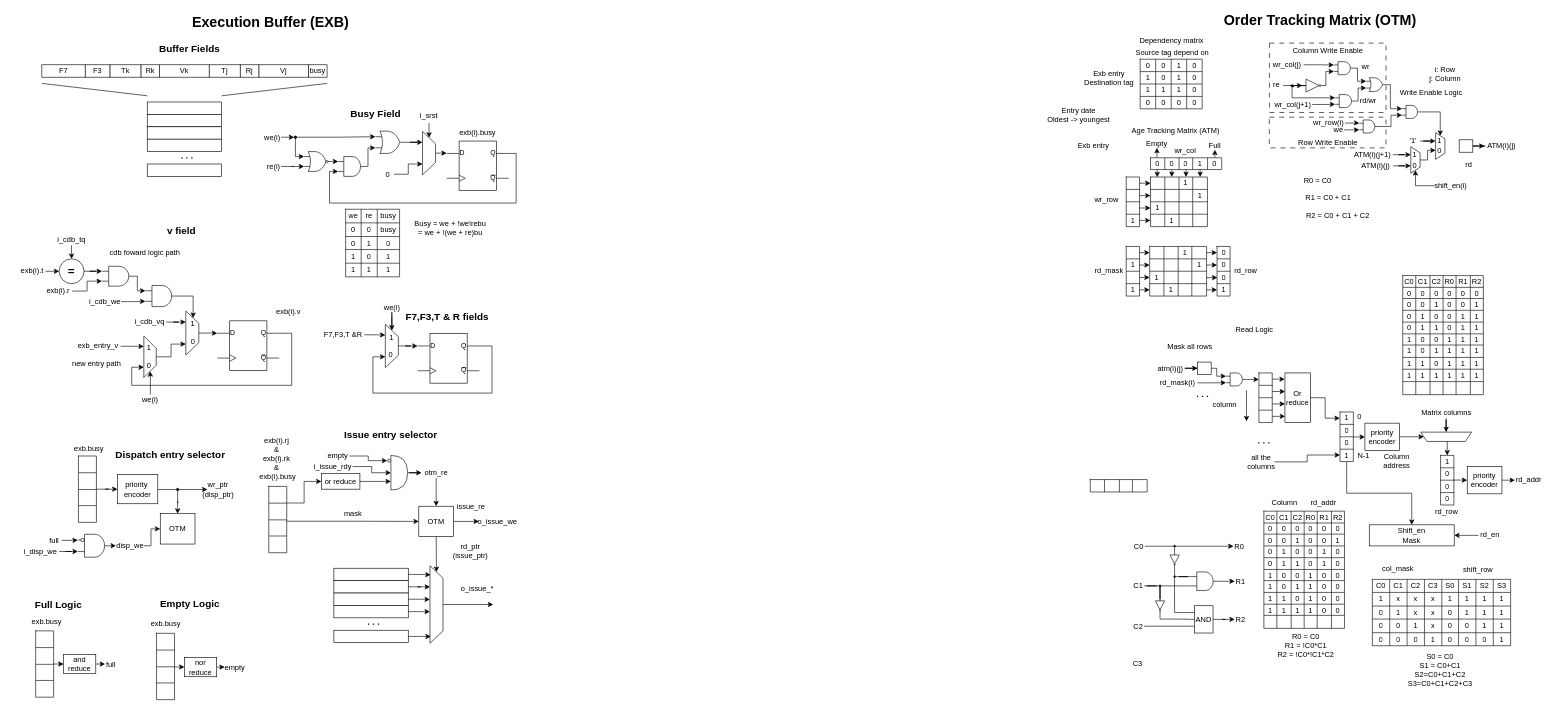
The draw.io diagram hw/doc/exb.drawio in lolo2438/rv, before the edit. Source tidied: cells renumbered, new cells numbered last; positions are measured from the earlier drawing's top-left corner, leaving out a move shared by most shapes. Both pictures are drawn from the tidied source at 62%, with x=0, y=0 at pixel (11, 11).
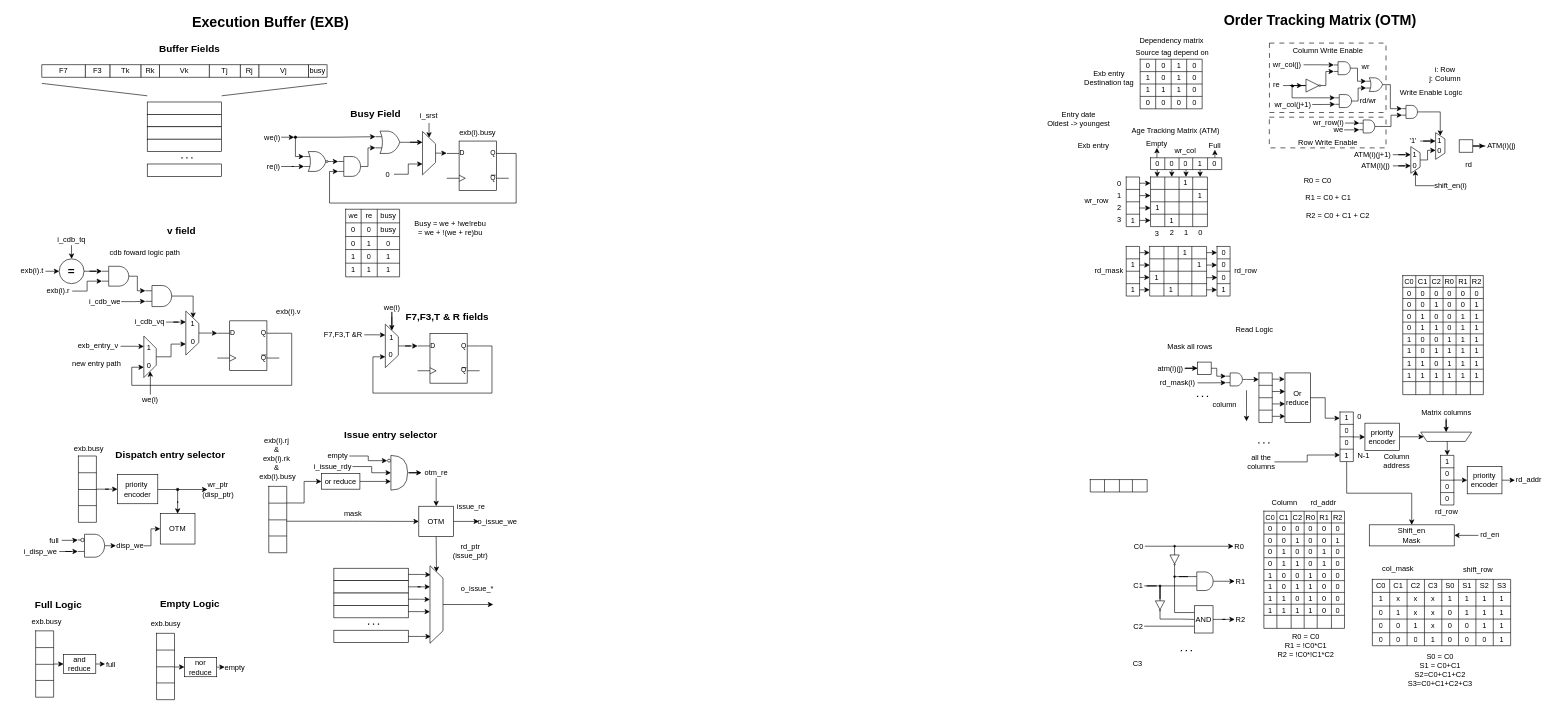
Above is the later version.

What changed in the source:
```diff
@@
     <mxCell id="59" value="Entry date&lt;div&gt;&lt;/div&gt;&lt;div&gt;Oldest -&amp;gt; youngest&lt;/div&gt;" style="text;html=1;align=center;verticalAlign=middle;whiteSpace=wrap;rounded=0;" parent="1" vertex="1">
-      <mxGeometry x="1662" y="158" width="121.2" height="20" as="geometry" />
+      <mxGeometry x="1662" y="158" width="121.2" height="33" as="geometry" />
     </mxCell>
@@
     <mxCell id="86" value="wr_row" style="text;html=1;align=center;verticalAlign=middle;whiteSpace=wrap;rounded=0;" parent="1" vertex="1">
-      <mxGeometry x="1745" y="294" width="45" height="20" as="geometry" />
+      <mxGeometry x="1729" y="295.5" width="45" height="20" as="geometry" />
     </mxCell>
@@
+    <mxCell id="693" style="endArrow=none;dashed=1;html=1;dashPattern=1 3;strokeWidth=2;rounded=0;" parent="1" edge="1">
+      <mxGeometry relative="1" as="geometry">
+        <mxPoint x="1887" y="1032" as="sourcePoint" />
+        <mxPoint x="1906" y="1032" as="targetPoint" />
+      </mxGeometry>
+    </mxCell>
+    <mxCell id="694" value="0" style="text;html=1;align=center;verticalAlign=middle;whiteSpace=wrap;rounded=0;" parent="1" vertex="1">
+      <mxGeometry x="1782" y="273" width="12" height="12" as="geometry" />
+    </mxCell>
+    <mxCell id="695" value="3" style="text;html=1;align=center;verticalAlign=middle;whiteSpace=wrap;rounded=0;" parent="1" vertex="1">
+      <mxGeometry x="1782" y="331" width="12" height="12" as="geometry" />
+    </mxCell>
+    <mxCell id="696" value="1" style="text;html=1;align=center;verticalAlign=middle;whiteSpace=wrap;rounded=0;" parent="1" vertex="1">
+      <mxGeometry x="1782" y="292" width="12" height="12" as="geometry" />
+    </mxCell>
+    <mxCell id="697" value="2" style="text;html=1;align=center;verticalAlign=middle;whiteSpace=wrap;rounded=0;" parent="1" vertex="1">
+      <mxGeometry x="1782" y="312" width="12" height="12" as="geometry" />
+    </mxCell>
+    <mxCell id="698" value="3" style="text;html=1;align=center;verticalAlign=middle;whiteSpace=wrap;rounded=0;" parent="1" vertex="1">
+      <mxGeometry x="1842.5" y="353" width="12" height="12" as="geometry" />
+    </mxCell>
+    <mxCell id="699" value="2" style="text;html=1;align=center;verticalAlign=middle;whiteSpace=wrap;rounded=0;" parent="1" vertex="1">
+      <mxGeometry x="1866.8" y="352" width="12" height="12" as="geometry" />
+    </mxCell>
+    <mxCell id="700" value="1" style="text;html=1;align=center;verticalAlign=middle;whiteSpace=wrap;rounded=0;" parent="1" vertex="1">
+      <mxGeometry x="1889.6" y="352" width="12" height="12" as="geometry" />
+    </mxCell>
+    <mxCell id="701" value="0" style="text;html=1;align=center;verticalAlign=middle;whiteSpace=wrap;rounded=0;" parent="1" vertex="1">
+      <mxGeometry x="1913" y="352" width="12" height="12" as="geometry" />
+    </mxCell>
```
